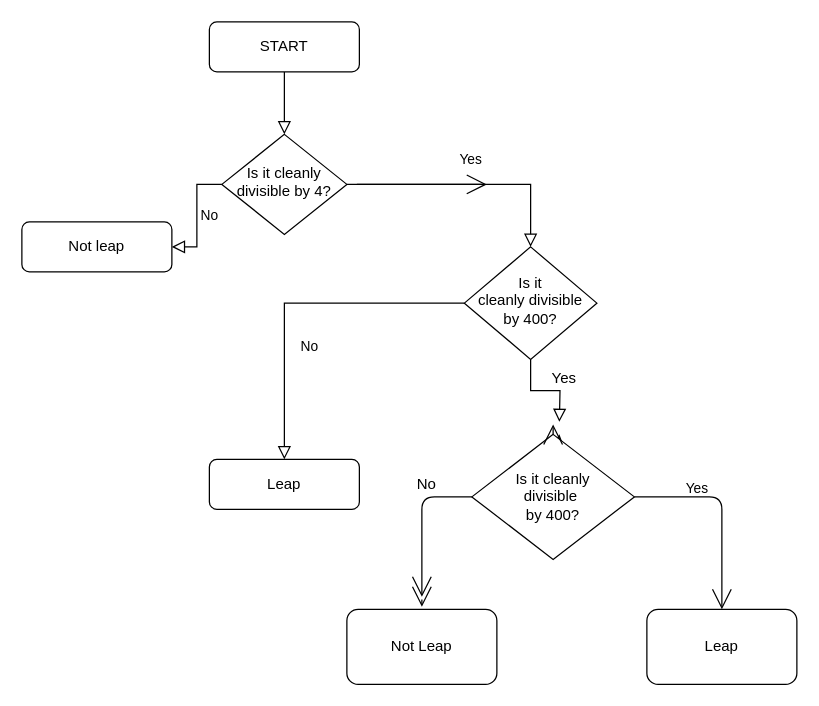
Above: Untitled Diagram.drawio in memyself-ai/github-slideshow (draw.io), before the change. Source tidied: cells renumbered, new cells numbered last; positions are measured from the earlier drawing's top-left corner, leaving out a move shared by most shapes. Both pictures are drawn from the tidied source at 125%, with x=0, y=0 at pixel (21, 21).
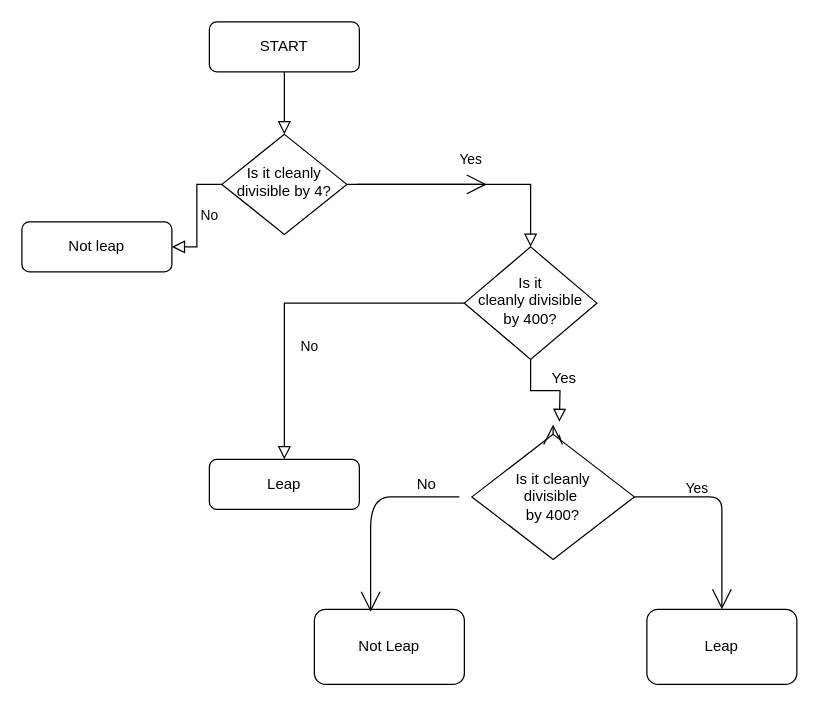
Above is the later version.

Unchanged cells that the change refers to:
```xml
<mxCell id="15" value="Is it cleanly &lt;br&gt;divisible&amp;nbsp;&lt;br&gt;by 400?" style="rhombus;whiteSpace=wrap;html=1;hachureGap=4;" parent="1" vertex="1">
  <mxGeometry x="360" y="330" width="130" height="100" as="geometry" />
</mxCell>
```

Change to the diagram source:
```diff
@@
-    <mxCell id="17" style="edgeStyle=none;curved=1;rounded=0;jettySize=auto;html=1;endArrow=open;startSize=14;endSize=14;sourcePerimeterSpacing=8;targetPerimeterSpacing=8;" parent="1" edge="1" source="18">
-      <mxGeometry relative="1" as="geometry">
-        <mxPoint x="320" y="468" as="targetPoint" />
-      </mxGeometry>
-    </mxCell>
     <mxCell id="18" value="Not Leap" style="rounded=1;whiteSpace=wrap;html=1;hachureGap=4;" parent="1" vertex="1">
-      <mxGeometry x="260" y="470" width="120" height="60" as="geometry" />
+      <mxGeometry x="234" y="470" width="120" height="60" as="geometry" />
     </mxCell>
-    <mxCell id="19" style="edgeStyle=none;jettySize=auto;html=1;rounded=0;endArrow=open;startSize=14;endSize=14;sourcePerimeterSpacing=8;targetPerimeterSpacing=8;curved=1;exitX=0;exitY=0.5;exitDx=0;exitDy=0;" parent="1" edge="1" source="15">
-      <mxGeometry relative="1" as="geometry">
-        <mxPoint x="320" y="460" as="targetPoint" />
-        <Array as="points">
-          <mxPoint x="340" y="380" />
-          <mxPoint x="320" y="380" />
-          <mxPoint x="320" y="400" />
-        </Array>
-      </mxGeometry>
-    </mxCell>
@@
+    <mxCell id="23" style="edgeStyle=none;jettySize=auto;html=1;rounded=0;endArrow=open;startSize=14;endSize=14;sourcePerimeterSpacing=8;targetPerimeterSpacing=8;curved=1;entryX=0.375;entryY=0.033;entryDx=0;entryDy=0;entryPerimeter=0;" parent="1" edge="1" target="18">
+      <mxGeometry relative="1" as="geometry">
+        <mxPoint x="350" y="380" as="sourcePoint" />
+        <Array as="points">
+          <mxPoint x="311" y="380" />
+          <mxPoint x="279" y="380" />
+          <mxPoint x="279" y="430" />
+        </Array>
+      </mxGeometry>
+    </mxCell>
```
